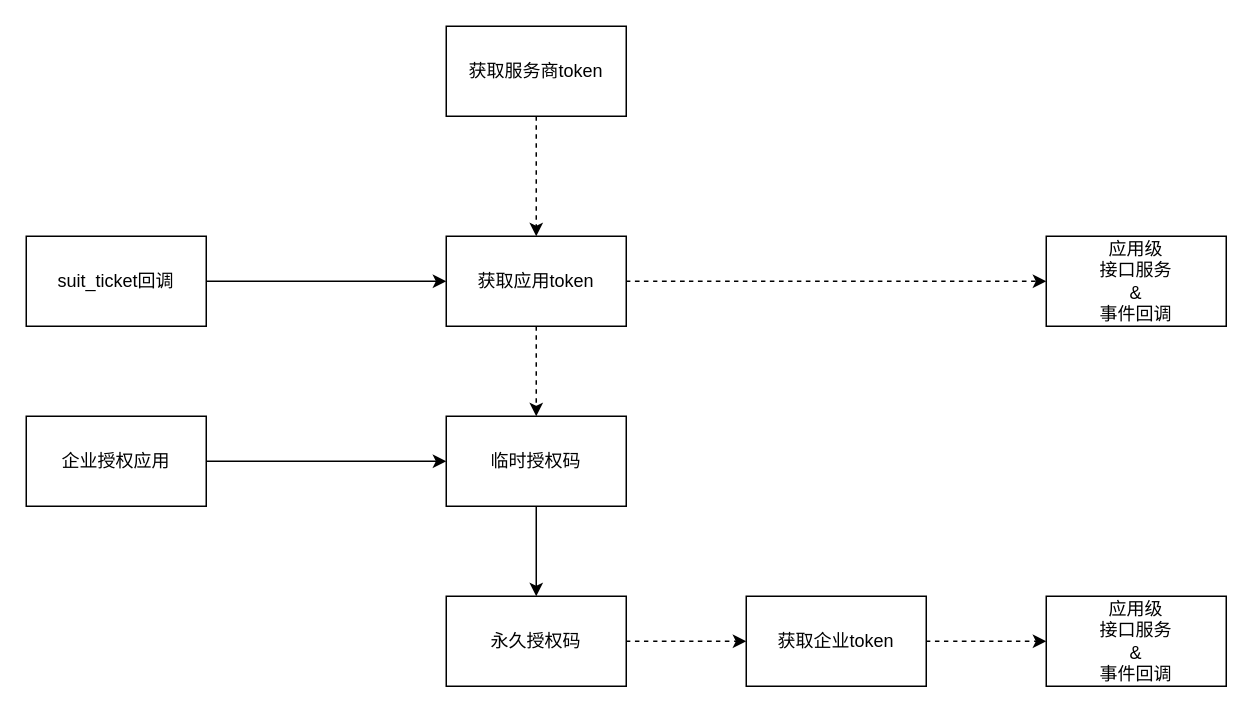
Earlier version of the draw.io diagram StudyDemo/src/企业微信设计.drawio (keyeze/StudyPlace). Source tidied: cells renumbered, new cells numbered last; positions are measured from the earlier drawing's top-left corner, leaving out a move shared by most shapes. Both pictures are drawn from the tidied source at 150%, with x=0, y=0 at pixel (26, 26).
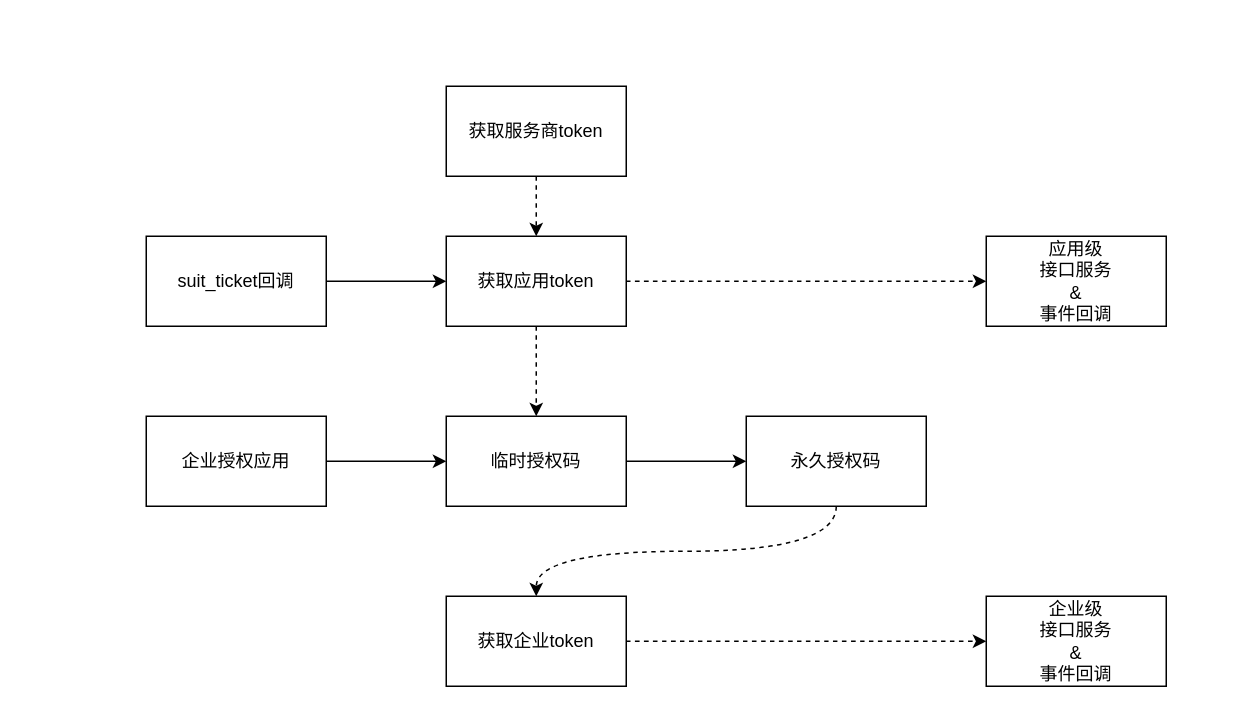
The same diagram, later.

Commit message (it also covers changes not shown here):
更新企业微信设计.drawio

The edit, as a diff of the source:
```diff
@@
 <mxGraphModel>
   <root>
     <mxCell id="0" />
     <mxCell id="1" parent="0" />
     <mxCell id="2" style="edgeStyle=orthogonalEdgeStyle;rounded=0;jettySize=auto;html=1;exitX=0.5;exitY=1;exitDx=0;exitDy=0;entryX=0.5;entryY=0;entryDx=0;entryDy=0;dashed=1;" parent="1" edge="1" source="3" target="6">
       <mxGeometry relative="1" as="geometry" />
     </mxCell>
     <mxCell id="3" value="获取服务商token" style="rounded=0;whiteSpace=wrap;html=1;" parent="1" vertex="1">
-      <mxGeometry x="280" width="120" height="60" as="geometry" />
+      <mxGeometry x="280" y="40" width="120" height="60" as="geometry" />
     </mxCell>
     <mxCell id="4" style="edgeStyle=orthogonalEdgeStyle;rounded=0;jettySize=auto;html=1;exitX=0.5;exitY=1;exitDx=0;exitDy=0;entryX=0.5;entryY=0;entryDx=0;entryDy=0;dashed=1;" parent="1" edge="1" source="6" target="12">
       <mxGeometry relative="1" as="geometry" />
     </mxCell>
     <mxCell id="5" style="edgeStyle=orthogonalEdgeStyle;curved=1;jettySize=auto;html=1;exitX=1;exitY=0.5;exitDx=0;exitDy=0;entryX=0;entryY=0.5;entryDx=0;entryDy=0;dashed=1;" parent="1" edge="1" source="6" target="9">
       <mxGeometry relative="1" as="geometry" />
     </mxCell>
     <mxCell id="6" value="获取应用token" style="rounded=0;whiteSpace=wrap;html=1;" parent="1" vertex="1">
       <mxGeometry x="280" y="140" width="120" height="60" as="geometry" />
     </mxCell>
     <mxCell id="7" style="edgeStyle=orthogonalEdgeStyle;curved=1;jettySize=auto;html=1;exitX=1;exitY=0.5;exitDx=0;exitDy=0;entryX=0;entryY=0.5;entryDx=0;entryDy=0;dashed=1;" parent="1" edge="1" source="8" target="16">
       <mxGeometry relative="1" as="geometry" />
     </mxCell>
     <mxCell id="8" value="获取企业token" style="rounded=0;whiteSpace=wrap;html=1;" parent="1" vertex="1">
-      <mxGeometry x="480" y="380" width="120" height="60" as="geometry" />
+      <mxGeometry x="280" y="380" width="120" height="60" as="geometry" />
     </mxCell>
     <mxCell id="9" value="应用级&lt;br&gt;接口服务&lt;br&gt;&amp;amp;&lt;br&gt;事件回调" style="rounded=0;whiteSpace=wrap;html=1;gradientColor=#ffffff;" parent="1" vertex="1">
-      <mxGeometry x="680" y="140" width="120" height="60" as="geometry" />
+      <mxGeometry x="640" y="140" width="120" height="60" as="geometry" />
     </mxCell>
-    <mxCell id="10" style="edgeStyle=orthogonalEdgeStyle;curved=1;jettySize=auto;html=1;exitX=0.5;exitY=1;exitDx=0;exitDy=0;" parent="1" edge="1" source="12" target="15">
+    <mxCell id="10" style="edgeStyle=orthogonalEdgeStyle;curved=1;jettySize=auto;html=1;exitX=1;exitY=0.5;exitDx=0;exitDy=0;" parent="1" edge="1" source="12" target="15">
       <mxGeometry relative="1" as="geometry" />
     </mxCell>
-    <mxCell id="11" style="edgeStyle=orthogonalEdgeStyle;curved=1;jettySize=auto;html=1;exitX=1;exitY=0.5;exitDx=0;exitDy=0;entryX=0;entryY=0.5;entryDx=0;entryDy=0;dashed=1;" parent="1" edge="1" source="15" target="8">
+    <mxCell id="11" style="edgeStyle=orthogonalEdgeStyle;curved=1;jettySize=auto;html=1;exitX=0.5;exitY=1;exitDx=0;exitDy=0;dashed=1;" parent="1" edge="1" source="15" target="8">
       <mxGeometry relative="1" as="geometry" />
     </mxCell>
     <mxCell id="12" value="临时授权码" style="rounded=0;whiteSpace=wrap;html=1;" parent="1" vertex="1">
       <mxGeometry x="280" y="260" width="120" height="60" as="geometry" />
     </mxCell>
     <mxCell id="13" style="edgeStyle=orthogonalEdgeStyle;jettySize=auto;html=1;exitX=1;exitY=0.5;exitDx=0;exitDy=0;entryX=0;entryY=0.5;entryDx=0;entryDy=0;curved=1;" parent="1" edge="1" source="14" target="12">
       <mxGeometry relative="1" as="geometry" />
     </mxCell>
     <mxCell id="14" value="企业授权应用" style="rounded=0;whiteSpace=wrap;html=1;" parent="1" vertex="1">
-      <mxGeometry y="260" width="120" height="60" as="geometry" />
+      <mxGeometry x="80" y="260" width="120" height="60" as="geometry" />
     </mxCell>
     <mxCell id="15" value="永久授权码" style="rounded=0;whiteSpace=wrap;html=1;gradientColor=#ffffff;" parent="1" vertex="1">
-      <mxGeometry x="280" y="380" width="120" height="60" as="geometry" />
+      <mxGeometry x="480" y="260" width="120" height="60" as="geometry" />
     </mxCell>
-    <mxCell id="16" value="应用级&lt;br&gt;接口服务&lt;br&gt;&amp;amp;&lt;br&gt;事件回调" style="rounded=0;whiteSpace=wrap;html=1;gradientColor=#ffffff;" parent="1" vertex="1">
-      <mxGeometry x="680" y="380" width="120" height="60" as="geometry" />
+    <mxCell id="16" value="企业级&lt;br&gt;接口服务&lt;br&gt;&amp;amp;&lt;br&gt;事件回调" style="rounded=0;whiteSpace=wrap;html=1;gradientColor=#ffffff;" parent="1" vertex="1">
+      <mxGeometry x="640" y="380" width="120" height="60" as="geometry" />
     </mxCell>
     <mxCell id="17" style="edgeStyle=orthogonalEdgeStyle;curved=1;jettySize=auto;html=1;exitX=1;exitY=0.5;exitDx=0;exitDy=0;entryX=0;entryY=0.5;entryDx=0;entryDy=0;" parent="1" edge="1" source="18" target="6">
       <mxGeometry relative="1" as="geometry" />
     </mxCell>
     <mxCell id="18" value="suit_ticket回调" style="rounded=0;whiteSpace=wrap;html=1;gradientColor=#ffffff;" parent="1" vertex="1">
-      <mxGeometry y="140" width="120" height="60" as="geometry" />
+      <mxGeometry x="80" y="140" width="120" height="60" as="geometry" />
     </mxCell>
   </root>
 </mxGraphModel>
```
